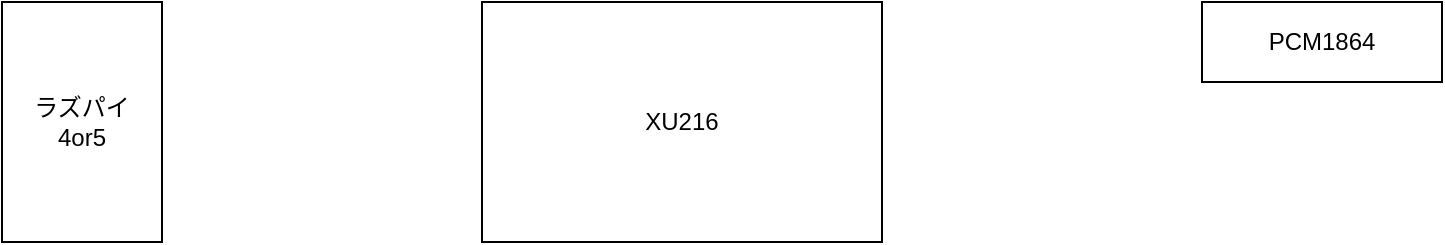
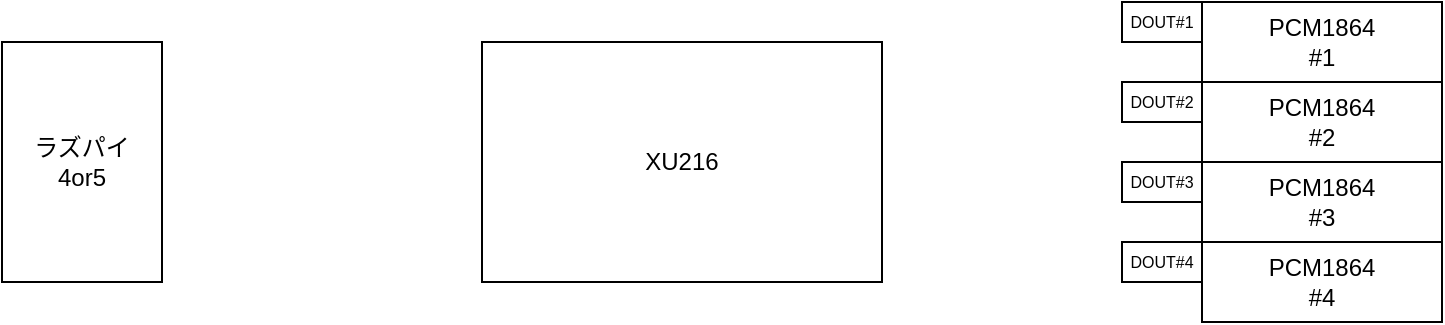
<mxfile host="app.diagrams.net">
  <diagram name="ページ-1" id="1rR5yNFkPkjZeM9XWKDB">
-     <mxGraphModel dx="1144" dy="572" grid="1" gridSize="10" guides="1" tooltips="1" connect="1" arrows="1" fold="1" page="1" pageScale="1" pageWidth="827" pageHeight="1169" math="0" shadow="0">
+     <mxGraphModel dx="408" dy="347" grid="1" gridSize="10" guides="1" tooltips="1" connect="1" arrows="1" fold="1" page="1" pageScale="1" pageWidth="827" pageHeight="1169" math="0" shadow="0">
      <root>
        <mxCell id="0" />
        <mxCell id="1" parent="0" />
        <mxCell id="gwDgxvsqRqvtRyl1jF5W-1" parent="1" style="rounded=0;whiteSpace=wrap;html=1;" value="XU216" vertex="1">
          <mxGeometry height="120" width="200" x="320" y="240" as="geometry" />
        </mxCell>
        <mxCell id="gwDgxvsqRqvtRyl1jF5W-2" parent="1" style="rounded=0;whiteSpace=wrap;html=1;" value="ラズパイ&lt;div&gt;4or5&lt;/div&gt;" vertex="1">
          <mxGeometry height="120" width="80" x="80" y="240" as="geometry" />
        </mxCell>
-         <mxCell id="gwDgxvsqRqvtRyl1jF5W-3" parent="1" style="rounded=0;whiteSpace=wrap;html=1;" value="PCM1864" vertex="1">
-           <mxGeometry height="40" width="120" x="680" y="240" as="geometry" />
+         <mxCell id="gwDgxvsqRqvtRyl1jF5W-3" parent="1" style="rounded=0;whiteSpace=wrap;html=1;" value="PCM1864&lt;div&gt;#1&lt;/div&gt;" vertex="1">
+           <mxGeometry height="40" width="120" x="680" y="220" as="geometry" />
+         </mxCell>
+         <mxCell id="8oAuVnmic7N__K8w4YIr-1" parent="1" style="rounded=0;whiteSpace=wrap;html=1;" value="PCM1864&lt;div&gt;#2&lt;/div&gt;" vertex="1">
+           <mxGeometry height="40" width="120" x="680" y="260" as="geometry" />
+         </mxCell>
+         <mxCell id="8oAuVnmic7N__K8w4YIr-2" parent="1" style="rounded=0;whiteSpace=wrap;html=1;" value="PCM1864&lt;div&gt;#3&lt;/div&gt;" vertex="1">
+           <mxGeometry height="40" width="120" x="680" y="300" as="geometry" />
+         </mxCell>
+         <mxCell id="8oAuVnmic7N__K8w4YIr-3" parent="1" style="rounded=0;whiteSpace=wrap;html=1;" value="PCM1864&lt;div&gt;#4&lt;/div&gt;" vertex="1">
+           <mxGeometry height="40" width="120" x="680" y="340" as="geometry" />
+         </mxCell>
+         <mxCell id="8oAuVnmic7N__K8w4YIr-4" parent="1" style="rounded=0;whiteSpace=wrap;html=1;fontSize=8;" value="DOUT#1" vertex="1">
+           <mxGeometry height="20" width="40" x="640" y="220" as="geometry" />
+         </mxCell>
+         <mxCell id="8oAuVnmic7N__K8w4YIr-5" parent="1" style="rounded=0;whiteSpace=wrap;html=1;fontSize=8;" value="DOUT#2" vertex="1">
+           <mxGeometry height="20" width="40" x="640" y="260" as="geometry" />
+         </mxCell>
+         <mxCell id="8oAuVnmic7N__K8w4YIr-6" parent="1" style="rounded=0;whiteSpace=wrap;html=1;fontSize=8;" value="DOUT#3" vertex="1">
+           <mxGeometry height="20" width="40" x="640" y="300" as="geometry" />
+         </mxCell>
+         <mxCell id="8oAuVnmic7N__K8w4YIr-7" parent="1" style="rounded=0;whiteSpace=wrap;html=1;fontSize=8;" value="DOUT#4" vertex="1">
+           <mxGeometry height="20" width="40" x="640" y="340" as="geometry" />
        </mxCell>
      </root>
    </mxGraphModel>
  </diagram>
</mxfile>
